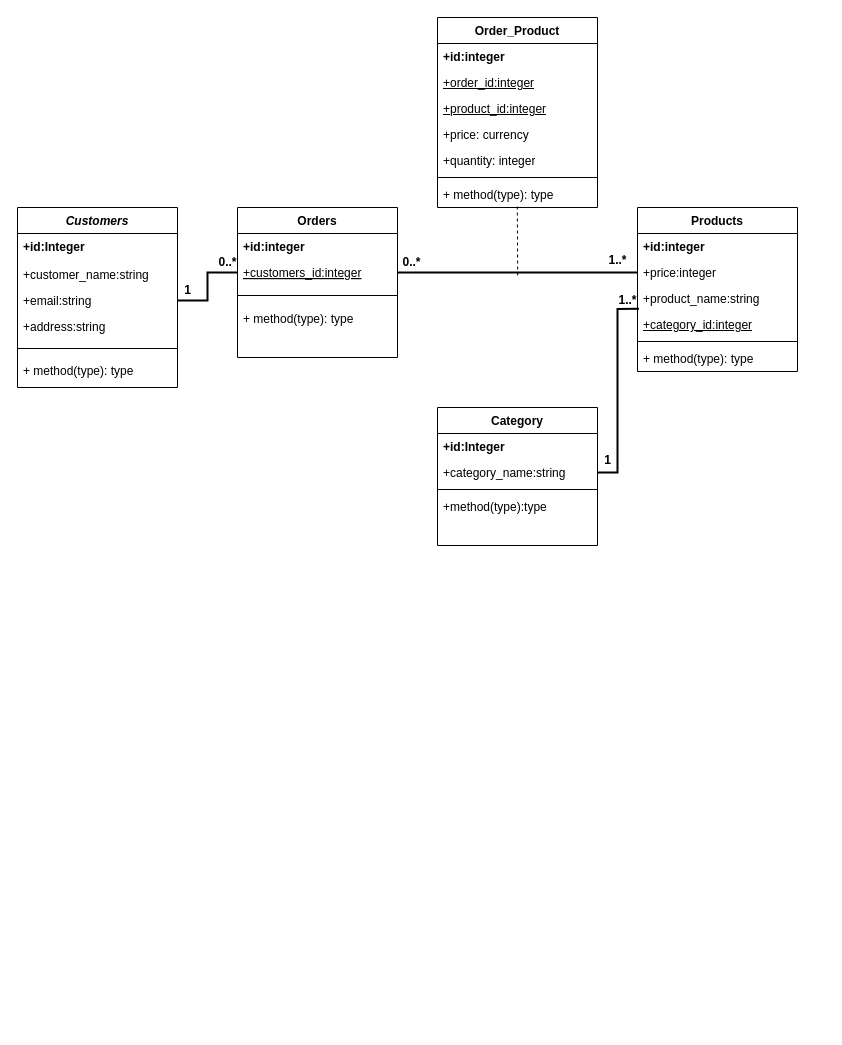
The draw.io diagram diagrama_classes.drawio in Tiago06Menezes/Projeto-de-PCII, before the edit. Source tidied: cells renumbered, new cells numbered last; positions are measured from the earlier drawing's top-left corner, leaving out a move shared by most shapes. Both pictures are drawn from the tidied source at 100%, with x=0, y=0 at pixel (17, 17).
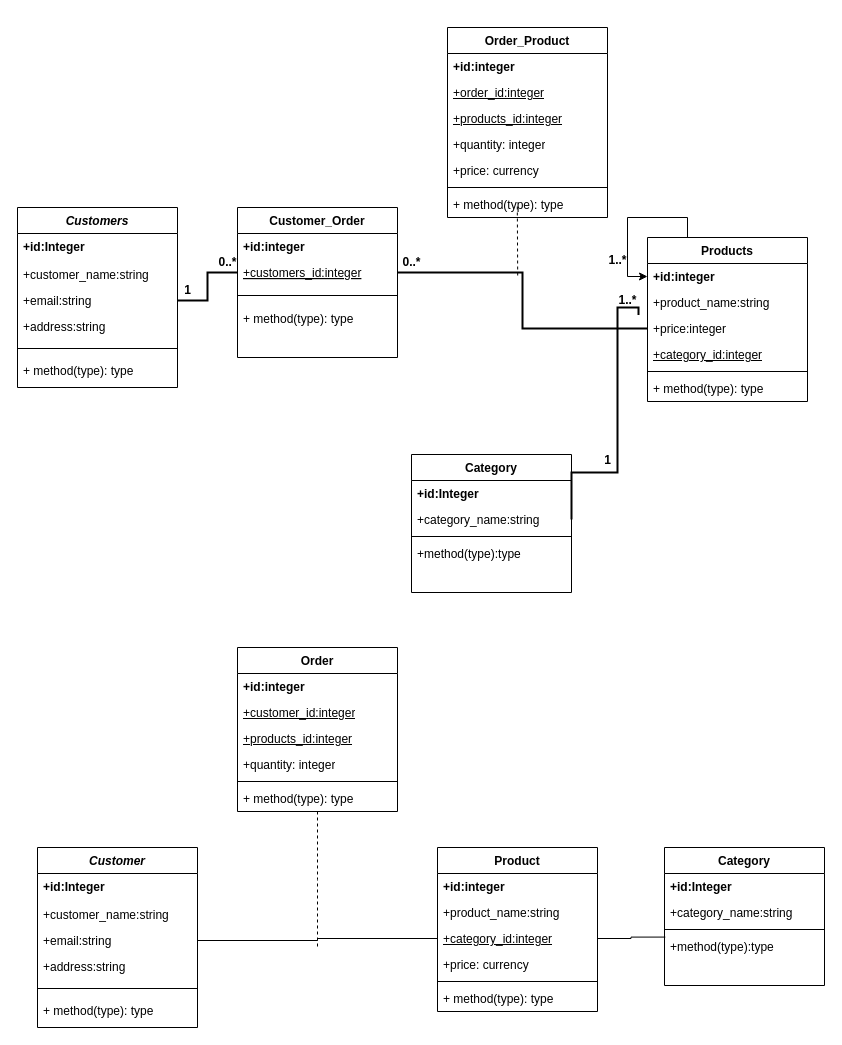
After the change.

Unchanged cells that the change refers to:
```xml
<mxCell id="11" value="+category_name:string" style="text;align=left;verticalAlign=top;spacingLeft=4;spacingRight=4;overflow=hidden;points=[[0,0.5],[1,0.5]];portConstraint=eastwest;rounded=0;shadow=0;html=0;" parent="9" vertex="1">
  <mxGeometry y="52" width="160" height="26" as="geometry" />
</mxCell>
<mxCell id="20" value="&lt;b&gt;+id:integer&lt;/b&gt;&lt;div&gt;&lt;br&gt;&lt;/div&gt;" style="text;strokeColor=none;fillColor=none;align=left;verticalAlign=top;spacingLeft=4;spacingRight=4;overflow=hidden;points=[[0,0.5],[1,0.5]];portConstraint=eastwest;whiteSpace=wrap;html=1;" parent="19" vertex="1">
  <mxGeometry y="26" width="160" height="26" as="geometry" />
</mxCell>
<mxCell id="43" value="&lt;b&gt;1..*&lt;/b&gt;" style="text;html=1;align=center;verticalAlign=middle;points=[];strokeColor=none;fillColor=none;" parent="1" vertex="1">
  <mxGeometry x="590" y="268" width="40" height="30" as="geometry" />
</mxCell>
```

Diff of the diagram source:
```diff
@@
     <mxCell id="9" value="Category" style="swimlane;fontStyle=1;align=center;verticalAlign=top;horizontal=1;startSize=26;rounded=0;shadow=0;strokeWidth=1;" parent="1" vertex="1">
-      <mxGeometry x="420" y="390" width="160" height="138" as="geometry" />
+      <mxGeometry x="394" y="437" width="160" height="138" as="geometry" />
     </mxCell>
@@
-    <mxCell id="14" value="Orders" style="swimlane;fontStyle=1;align=center;verticalAlign=top;horizontal=1;startSize=26;rounded=0;shadow=0;strokeWidth=1;" parent="1" vertex="1">
+    <mxCell id="14" value="Customer_Order" style="swimlane;fontStyle=1;align=center;verticalAlign=top;horizontal=1;startSize=26;rounded=0;shadow=0;strokeWidth=1;" parent="1" vertex="1">
       <mxGeometry x="220" y="190" width="160" height="150" as="geometry" />
     </mxCell>
@@
     <mxCell id="19" value="Products" style="swimlane;fontStyle=1;align=center;verticalAlign=top;horizontal=1;startSize=26;whiteSpace=wrap;html=1;" parent="1" vertex="1">
-      <mxGeometry x="620" y="190" width="160" height="164" as="geometry" />
+      <mxGeometry x="630" y="220" width="160" height="164" as="geometry" />
     </mxCell>
@@
+    <mxCell id="22" value="+product_name:string" style="text;strokeColor=none;fillColor=none;align=left;verticalAlign=top;spacingLeft=4;spacingRight=4;overflow=hidden;points=[[0,0.5],[1,0.5]];portConstraint=eastwest;whiteSpace=wrap;html=1;" parent="19" vertex="1">
+      <mxGeometry y="52" width="160" height="26" as="geometry" />
+    </mxCell>
     <mxCell id="21" value="+price:integer" style="text;align=left;verticalAlign=top;spacingLeft=4;spacingRight=4;overflow=hidden;points=[[0,0.5],[1,0.5]];portConstraint=eastwest;rounded=0;shadow=0;html=0;" parent="19" vertex="1">
-      <mxGeometry y="52" width="160" height="26" as="geometry" />
+      <mxGeometry y="78" width="160" height="26" as="geometry" />
     </mxCell>
-    <mxCell id="22" value="+product_name:string" style="text;strokeColor=none;fillColor=none;align=left;verticalAlign=top;spacingLeft=4;spacingRight=4;overflow=hidden;points=[[0,0.5],[1,0.5]];portConstraint=eastwest;whiteSpace=wrap;html=1;" parent="19" vertex="1">
-      <mxGeometry y="78" width="160" height="26" as="geometry" />
-    </mxCell>
@@
+    <mxCell id="44" style="edgeStyle=orthogonalEdgeStyle;rounded=0;jettySize=auto;html=1;exitX=0.25;exitY=0;exitDx=0;exitDy=0;" parent="19" edge="1" source="19" target="20">
+      <mxGeometry relative="1" as="geometry" />
+    </mxCell>
+    <mxCell id="45" style="edgeStyle=orthogonalEdgeStyle;rounded=0;jettySize=auto;html=1;endArrow=none;startFill=0;dashed=1;" parent="1" edge="1" source="26">
+      <mxGeometry relative="1" as="geometry">
+        <mxPoint x="300" y="930" as="targetPoint" />
+      </mxGeometry>
+    </mxCell>
-    <mxCell id="26" value="Order_Product" style="swimlane;fontStyle=1;align=center;verticalAlign=top;horizontal=1;startSize=26;whiteSpace=wrap;html=1;" parent="1" vertex="1">
-      <mxGeometry x="420" width="160" height="190" as="geometry" />
+    <mxCell id="26" value="Order" style="swimlane;fontStyle=1;align=center;verticalAlign=top;horizontal=1;startSize=26;whiteSpace=wrap;html=1;" parent="1" vertex="1">
+      <mxGeometry x="220" y="630" width="160" height="164" as="geometry" />
     </mxCell>
@@
-    <mxCell id="28" value="&lt;u&gt;+order_id:integer&lt;/u&gt;" style="text;strokeColor=none;fillColor=none;align=left;verticalAlign=top;spacingLeft=4;spacingRight=4;overflow=hidden;whiteSpace=wrap;html=1;" parent="26" vertex="1">
-      <mxGeometry y="52" width="160" height="26" as="geometry" />
-    </mxCell>
+    <mxCell id="46" value="&lt;u&gt;+customer_id:integer&lt;/u&gt;" style="text;strokeColor=none;fillColor=none;align=left;verticalAlign=top;spacingLeft=4;spacingRight=4;overflow=hidden;whiteSpace=wrap;html=1;" parent="26" vertex="1">
+      <mxGeometry y="52" width="160" height="26" as="geometry" />
+    </mxCell>
-    <mxCell id="29" value="&lt;u&gt;+product_id:integer&lt;/u&gt;" style="text;strokeColor=none;fillColor=none;align=left;verticalAlign=top;spacingLeft=4;spacingRight=4;overflow=hidden;whiteSpace=wrap;html=1;" parent="26" vertex="1">
+    <mxCell id="29" value="&lt;u&gt;+products_id:integer&lt;/u&gt;" style="text;strokeColor=none;fillColor=none;align=left;verticalAlign=top;spacingLeft=4;spacingRight=4;overflow=hidden;whiteSpace=wrap;html=1;" parent="26" vertex="1">
       <mxGeometry y="78" width="160" height="26" as="geometry" />
     </mxCell>
-    <mxCell id="30" value="+price: currency" style="text;strokeColor=none;fillColor=none;align=left;verticalAlign=top;spacingLeft=4;spacingRight=4;overflow=hidden;whiteSpace=wrap;html=1;" parent="26" vertex="1">
-      <mxGeometry y="104" width="160" height="26" as="geometry" />
-    </mxCell>
     <mxCell id="31" value="+quantity: integer&lt;div&gt;&lt;br&gt;&lt;/div&gt;" style="text;strokeColor=none;fillColor=none;align=left;verticalAlign=top;spacingLeft=4;spacingRight=4;overflow=hidden;whiteSpace=wrap;html=1;" parent="26" vertex="1">
-      <mxGeometry y="130" width="160" height="26" as="geometry" />
+      <mxGeometry y="104" width="160" height="26" as="geometry" />
     </mxCell>
     <mxCell id="32" style="line;strokeWidth=1;fillColor=none;align=left;verticalAlign=middle;spacingTop=-1;spacingLeft=3;spacingRight=3;labelPosition=right;strokeColor=inherit;" parent="26" vertex="1">
-      <mxGeometry y="156" width="160" height="8" as="geometry" />
+      <mxGeometry y="130" width="160" height="8" as="geometry" />
     </mxCell>
     <mxCell id="33" value="+ method(type): type" style="text;strokeColor=none;fillColor=none;align=left;verticalAlign=top;spacingLeft=4;spacingRight=4;overflow=hidden;whiteSpace=wrap;html=1;" parent="26" vertex="1">
-      <mxGeometry y="164" width="160" height="26" as="geometry" />
+      <mxGeometry y="138" width="160" height="26" as="geometry" />
     </mxCell>
@@
-    <mxCell id="41" style="edgeStyle=orthogonalEdgeStyle;rounded=0;jettySize=auto;html=1;exitX=0.009;exitY=0.899;exitDx=0;exitDy=0;entryX=1;entryY=0.5;entryDx=0;entryDy=0;strokeWidth=2;endArrow=none;startFill=0;exitPerimeter=0;" parent="1" edge="1" source="22" target="11">
-      <mxGeometry relative="1" as="geometry" />
+    <mxCell id="41" style="edgeStyle=orthogonalEdgeStyle;rounded=0;jettySize=auto;html=1;entryX=1;entryY=0.5;entryDx=0;entryDy=0;strokeWidth=2;endArrow=none;startFill=0;exitX=0.75;exitY=0.95;exitDx=0;exitDy=0;exitPerimeter=0;" parent="1" edge="1" source="43" target="11">
+      <mxGeometry relative="1" as="geometry">
+        <Array as="points">
+          <mxPoint x="621" y="297" />
+          <mxPoint x="621" y="290" />
+          <mxPoint x="600" y="290" />
+          <mxPoint x="600" y="455" />
+        </Array>
+      </mxGeometry>
     </mxCell>
@@
+    <mxCell id="47" value="Customer" style="swimlane;fontStyle=3;align=center;verticalAlign=top;horizontal=1;startSize=26;rounded=0;shadow=0;strokeWidth=1;" parent="1" vertex="1">
+      <mxGeometry x="20" y="830" width="160" height="180" as="geometry" />
+    </mxCell>
+    <mxCell id="48" value="+id:Integer" style="text;align=left;verticalAlign=top;spacingLeft=4;spacingRight=4;overflow=hidden;fontStyle=1;" parent="47" vertex="1">
+      <mxGeometry y="26" width="160" height="28" as="geometry" />
+    </mxCell>
+    <mxCell id="49" value="+customer_name:string&#10;" style="text;align=left;verticalAlign=top;spacingLeft=4;spacingRight=4;overflow=hidden;" parent="47" vertex="1">
+      <mxGeometry y="54" width="160" height="26" as="geometry" />
+    </mxCell>
+    <mxCell id="50" value="+email:string&#10;" style="text;align=left;verticalAlign=top;spacingLeft=4;spacingRight=4;overflow=hidden;points=[[0,0.5],[1,0.5]];portConstraint=eastwest;" parent="47" vertex="1">
+      <mxGeometry y="80" width="160" height="26" as="geometry" />
+    </mxCell>
+    <mxCell id="51" value="+address:string" style="text;align=left;verticalAlign=top;spacingLeft=4;spacingRight=4;overflow=hidden;" parent="47" vertex="1">
+      <mxGeometry y="106" width="160" height="26" as="geometry" />
+    </mxCell>
+    <mxCell id="52" style="line;html=1;strokeWidth=1;align=left;verticalAlign=middle;spacingTop=-1;spacingLeft=3;spacingRight=3;labelPosition=right;" parent="47" vertex="1">
+      <mxGeometry y="132" width="160" height="18" as="geometry" />
+    </mxCell>
+    <mxCell id="53" value="+ method(type): type" style="text;strokeColor=none;fillColor=none;align=left;verticalAlign=top;spacingLeft=4;spacingRight=4;overflow=hidden;whiteSpace=wrap;html=1;" parent="47" vertex="1">
+      <mxGeometry y="150" width="160" height="26" as="geometry" />
+    </mxCell>
+    <mxCell id="54" value="Product" style="swimlane;fontStyle=1;align=center;verticalAlign=top;horizontal=1;startSize=26;whiteSpace=wrap;html=1;" parent="1" vertex="1">
+      <mxGeometry x="420" y="830" width="160" height="164" as="geometry" />
+    </mxCell>
+    <mxCell id="55" value="&lt;b&gt;+id:integer&lt;/b&gt;&lt;div&gt;&lt;br&gt;&lt;/div&gt;" style="text;strokeColor=none;fillColor=none;align=left;verticalAlign=top;spacingLeft=4;spacingRight=4;overflow=hidden;whiteSpace=wrap;html=1;" parent="54" vertex="1">
+      <mxGeometry y="26" width="160" height="26" as="geometry" />
+    </mxCell>
+    <mxCell id="56" value="+product_name:string" style="text;strokeColor=none;fillColor=none;align=left;verticalAlign=top;spacingLeft=4;spacingRight=4;overflow=hidden;whiteSpace=wrap;html=1;" parent="54" vertex="1">
+      <mxGeometry y="52" width="160" height="26" as="geometry" />
+    </mxCell>
+    <mxCell id="57" value="&lt;u&gt;+category_id:integer&lt;/u&gt;" style="text;strokeColor=none;fillColor=none;align=left;verticalAlign=top;spacingLeft=4;spacingRight=4;overflow=hidden;points=[[0,0.5],[1,0.5]];portConstraint=eastwest;whiteSpace=wrap;html=1;" parent="54" vertex="1">
+      <mxGeometry y="78" width="160" height="26" as="geometry" />
+    </mxCell>
+    <mxCell id="30" value="+price: currency" style="text;strokeColor=none;fillColor=none;align=left;verticalAlign=top;spacingLeft=4;spacingRight=4;overflow=hidden;whiteSpace=wrap;html=1;" parent="54" vertex="1">
+      <mxGeometry y="104" width="160" height="26" as="geometry" />
+    </mxCell>
+    <mxCell id="58" style="line;strokeWidth=1;fillColor=none;align=left;verticalAlign=middle;spacingTop=-1;spacingLeft=3;spacingRight=3;labelPosition=right;strokeColor=inherit;" parent="54" vertex="1">
+      <mxGeometry y="130" width="160" height="8" as="geometry" />
+    </mxCell>
+    <mxCell id="59" value="+ method(type): type" style="text;strokeColor=none;fillColor=none;align=left;verticalAlign=top;spacingLeft=4;spacingRight=4;overflow=hidden;whiteSpace=wrap;html=1;" parent="54" vertex="1">
+      <mxGeometry y="138" width="160" height="26" as="geometry" />
+    </mxCell>
+    <mxCell id="60" value="Category" style="swimlane;fontStyle=1;align=center;verticalAlign=top;horizontal=1;startSize=26;rounded=0;shadow=0;strokeWidth=1;" parent="1" vertex="1">
+      <mxGeometry x="647" y="830" width="160" height="138" as="geometry" />
+    </mxCell>
+    <mxCell id="61" value="+id:Integer" style="text;align=left;verticalAlign=top;spacingLeft=4;spacingRight=4;overflow=hidden;fontStyle=1;" parent="60" vertex="1">
+      <mxGeometry y="26" width="160" height="26" as="geometry" />
+    </mxCell>
+    <mxCell id="62" value="+category_name:string" style="text;align=left;verticalAlign=top;spacingLeft=4;spacingRight=4;overflow=hidden;rounded=0;shadow=0;html=0;" parent="60" vertex="1">
+      <mxGeometry y="52" width="160" height="26" as="geometry" />
+    </mxCell>
+    <mxCell id="63" style="line;html=1;strokeWidth=1;align=left;verticalAlign=middle;spacingTop=-1;spacingLeft=3;spacingRight=3;labelPosition=right;" parent="60" vertex="1">
+      <mxGeometry y="78" width="160" height="8" as="geometry" />
+    </mxCell>
+    <mxCell id="64" value="+method(type):type" style="text;align=left;verticalAlign=top;spacingLeft=4;spacingRight=4;overflow=hidden;points=[[0,0.5],[1,0.5]];portConstraint=eastwest;" parent="60" vertex="1">
+      <mxGeometry y="86" width="160" height="26" as="geometry" />
+    </mxCell>
+    <mxCell id="65" value="Order_Product" style="swimlane;fontStyle=1;align=center;verticalAlign=top;horizontal=1;startSize=26;whiteSpace=wrap;html=1;" parent="1" vertex="1">
+      <mxGeometry x="430" y="10" width="160" height="190" as="geometry" />
+    </mxCell>
+    <mxCell id="66" value="&lt;b&gt;+id:integer&lt;/b&gt;" style="text;strokeColor=none;fillColor=none;align=left;verticalAlign=top;spacingLeft=4;spacingRight=4;overflow=hidden;whiteSpace=wrap;html=1;" parent="65" vertex="1">
+      <mxGeometry y="26" width="160" height="26" as="geometry" />
+    </mxCell>
+    <mxCell id="28" value="&lt;u&gt;+order_id:integer&lt;/u&gt;" style="text;strokeColor=none;fillColor=none;align=left;verticalAlign=top;spacingLeft=4;spacingRight=4;overflow=hidden;whiteSpace=wrap;html=1;" parent="65" vertex="1">
+      <mxGeometry y="52" width="160" height="26" as="geometry" />
+    </mxCell>
+    <mxCell id="67" value="&lt;u&gt;+products_id:integer&lt;/u&gt;" style="text;strokeColor=none;fillColor=none;align=left;verticalAlign=top;spacingLeft=4;spacingRight=4;overflow=hidden;whiteSpace=wrap;html=1;" parent="65" vertex="1">
+      <mxGeometry y="78" width="160" height="26" as="geometry" />
+    </mxCell>
+    <mxCell id="68" value="+quantity: integer&lt;div&gt;&lt;br&gt;&lt;/div&gt;" style="text;strokeColor=none;fillColor=none;align=left;verticalAlign=top;spacingLeft=4;spacingRight=4;overflow=hidden;whiteSpace=wrap;html=1;" parent="65" vertex="1">
+      <mxGeometry y="104" width="160" height="26" as="geometry" />
+    </mxCell>
+    <mxCell id="69" value="+price: currency" style="text;strokeColor=none;fillColor=none;align=left;verticalAlign=top;spacingLeft=4;spacingRight=4;overflow=hidden;whiteSpace=wrap;html=1;" parent="65" vertex="1">
+      <mxGeometry y="130" width="160" height="26" as="geometry" />
+    </mxCell>
+    <mxCell id="70" style="line;strokeWidth=1;fillColor=none;align=left;verticalAlign=middle;spacingTop=-1;spacingLeft=3;spacingRight=3;labelPosition=right;strokeColor=inherit;" parent="65" vertex="1">
+      <mxGeometry y="156" width="160" height="8" as="geometry" />
+    </mxCell>
+    <mxCell id="71" value="+ method(type): type" style="text;strokeColor=none;fillColor=none;align=left;verticalAlign=top;spacingLeft=4;spacingRight=4;overflow=hidden;whiteSpace=wrap;html=1;" parent="65" vertex="1">
+      <mxGeometry y="164" width="160" height="26" as="geometry" />
+    </mxCell>
+    <mxCell id="72" style="edgeStyle=orthogonalEdgeStyle;rounded=0;jettySize=auto;html=1;exitX=1;exitY=0.5;exitDx=0;exitDy=0;entryX=0;entryY=0.5;entryDx=0;entryDy=0;endArrow=none;startFill=0;" parent="1" edge="1" source="50" target="57">
+      <mxGeometry relative="1" as="geometry">
+        <Array as="points">
+          <mxPoint x="300" y="923" />
+          <mxPoint x="300" y="921" />
+        </Array>
+      </mxGeometry>
+    </mxCell>
+    <mxCell id="73" style="edgeStyle=orthogonalEdgeStyle;rounded=0;jettySize=auto;html=1;exitX=1;exitY=0.5;exitDx=0;exitDy=0;entryX=0.005;entryY=0.138;entryDx=0;entryDy=0;entryPerimeter=0;endArrow=none;startFill=0;" parent="1" edge="1" source="57" target="64">
+      <mxGeometry relative="1" as="geometry" />
+    </mxCell>
```
